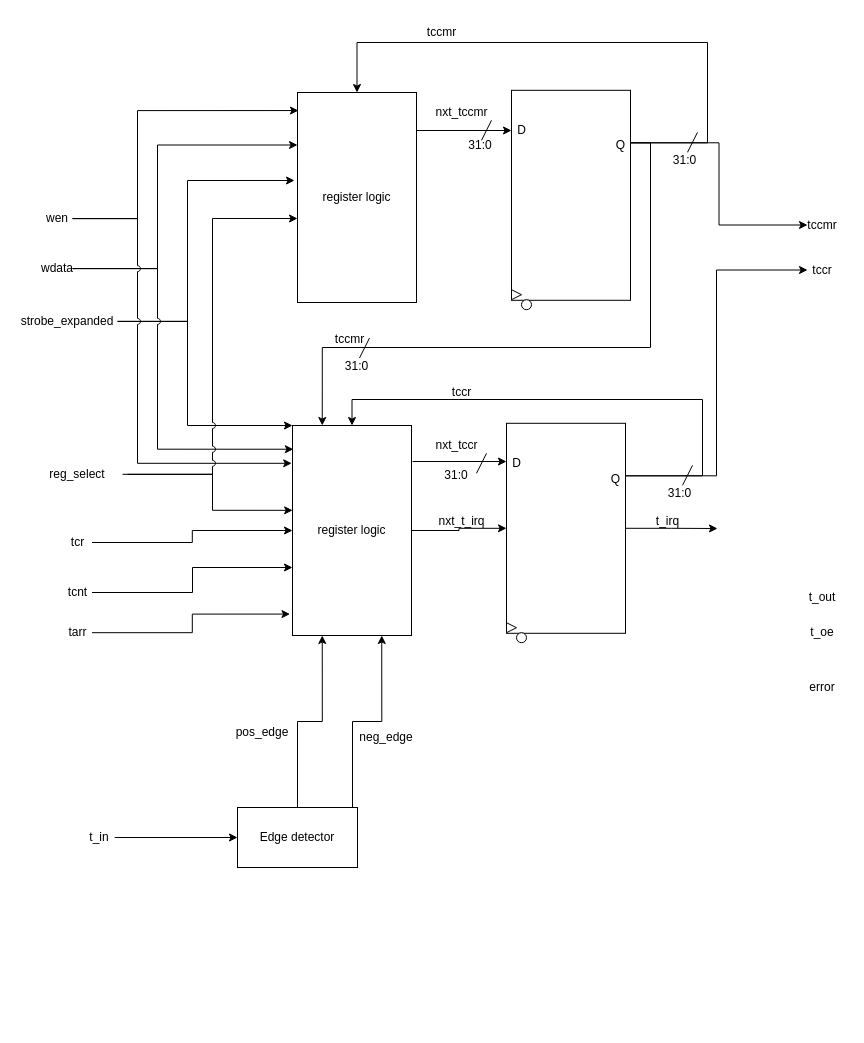
Earlier version of the draw.io diagram page "Capture-Compare Channel" (4 of 4) of Timer/Timer.drawio (leung55/SoCET). Source tidied: cells renumbered, new cells numbered last; positions are measured from the earlier drawing's top-left corner, leaving out a move shared by most shapes. Both pictures are drawn from the tidied source at 100%, with x=0, y=0 at pixel (17, 17).
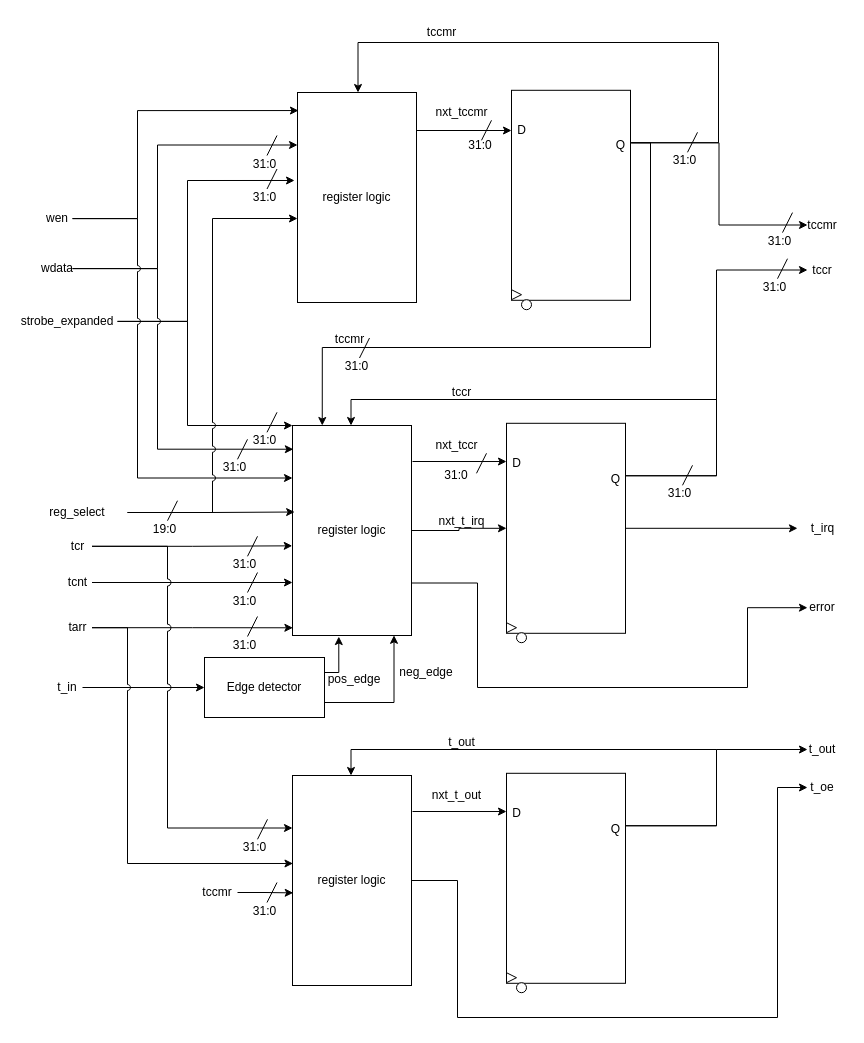
After the change.

Unchanged cells that the change refers to:
```xml
<mxCell id="19" value="wen" style="text;html=1;align=center;verticalAlign=middle;whiteSpace=wrap;rounded=0;" parent="1" vertex="1">
  <mxGeometry x="25" y="186.1" width="30" height="30" as="geometry" />
</mxCell>
<mxCell id="23" value="register logic" style="rounded=0;whiteSpace=wrap;html=1;" parent="1" vertex="1">
  <mxGeometry x="280" y="75" width="119" height="210" as="geometry" />
</mxCell>
<mxCell id="29" style="rounded=0;whiteSpace=wrap;html=1;" parent="1" vertex="1">
  <mxGeometry x="494" y="72.8" width="119" height="210" as="geometry" />
</mxCell>
<mxCell id="40" value="register logic" style="rounded=0;whiteSpace=wrap;html=1;" parent="1" vertex="1">
  <mxGeometry x="275" y="408" width="119" height="210" as="geometry" />
</mxCell>
<mxCell id="47" style="rounded=0;whiteSpace=wrap;html=1;" parent="1" vertex="1">
  <mxGeometry x="489" y="405.8" width="119" height="210" as="geometry" />
</mxCell>
```

What changed in the source:
```diff
@@
-    <mxCell id="4" style="edgeStyle=orthogonalEdgeStyle;rounded=0;jettySize=auto;html=1;exitX=1;exitY=0.5;exitDx=0;exitDy=0;entryX=-0.007;entryY=0.18;entryDx=0;entryDy=0;entryPerimeter=0;jumpStyle=arc;" parent="1" edge="1" source="19" target="40">
+    <mxCell id="4" style="edgeStyle=orthogonalEdgeStyle;rounded=0;jettySize=auto;html=1;exitX=1;exitY=0.5;exitDx=0;exitDy=0;entryX=0;entryY=0.25;entryDx=0;entryDy=0;jumpStyle=arc;" parent="1" edge="1" source="19" target="40">
       <mxGeometry relative="1" as="geometry">
         <Array as="points">
           <mxPoint x="120" y="201" />
-          <mxPoint x="120" y="446" />
+          <mxPoint x="120" y="460" />
+          <mxPoint x="275" y="460" />
         </Array>
       </mxGeometry>
     </mxCell>
     <mxCell id="5" value="tarr" style="text;html=1;strokeColor=none;fillColor=none;align=center;verticalAlign=middle;whiteSpace=wrap;rounded=0;" parent="1" vertex="1">
-      <mxGeometry x="45.5" y="605.2" width="29" height="20" as="geometry" />
+      <mxGeometry x="45.5" y="600.2" width="29" height="20" as="geometry" />
     </mxCell>
-    <mxCell id="6" style="edgeStyle=orthogonalEdgeStyle;rounded=0;jettySize=auto;html=1;exitX=1;exitY=0.5;exitDx=0;exitDy=0;" parent="1" edge="1" source="7" target="40">
+    <mxCell id="6" style="edgeStyle=orthogonalEdgeStyle;rounded=0;jettySize=auto;html=1;exitX=1;exitY=0.5;exitDx=0;exitDy=0;" parent="1" edge="1" source="7">
       <mxGeometry relative="1" as="geometry">
+        <mxPoint x="275" y="565" as="targetPoint" />
         <Array as="points">
-          <mxPoint x="175" y="575" />
-          <mxPoint x="175" y="550" />
+          <mxPoint x="74" y="565" />
         </Array>
       </mxGeometry>
     </mxCell>
     <mxCell id="7" value="tcnt" style="text;html=1;strokeColor=none;fillColor=none;align=center;verticalAlign=middle;whiteSpace=wrap;rounded=0;" parent="1" vertex="1">
-      <mxGeometry x="45.5" y="565" width="29" height="20" as="geometry" />
+      <mxGeometry x="45.5" y="555" width="29" height="20" as="geometry" />
     </mxCell>
-    <mxCell id="8" style="edgeStyle=orthogonalEdgeStyle;rounded=0;jettySize=auto;html=1;exitX=1;exitY=0.5;exitDx=0;exitDy=0;entryX=0;entryY=0.5;entryDx=0;entryDy=0;" parent="1" edge="1" source="9" target="40">
-      <mxGeometry relative="1" as="geometry" />
-    </mxCell>
-    <mxCell id="9" value="tcr" style="text;html=1;strokeColor=none;fillColor=none;align=center;verticalAlign=middle;whiteSpace=wrap;rounded=0;" parent="1" vertex="1">
-      <mxGeometry x="45.5" y="515" width="29" height="20" as="geometry" />
-    </mxCell>
@@
     <mxCell id="11" value="t_in" style="text;html=1;align=center;verticalAlign=middle;whiteSpace=wrap;rounded=0;" parent="1" vertex="1">
-      <mxGeometry x="67.2" y="805" width="30" height="30" as="geometry" />
+      <mxGeometry x="35" y="655" width="30" height="30" as="geometry" />
     </mxCell>
@@
     <mxCell id="13" value="reg_select" style="text;html=1;align=center;verticalAlign=middle;whiteSpace=wrap;rounded=0;" parent="1" vertex="1">
-      <mxGeometry x="10" y="441.8" width="100" height="30" as="geometry" />
+      <mxGeometry x="10" y="480" width="100" height="30" as="geometry" />
     </mxCell>
@@
     <mxCell id="16" value="t_out" style="text;html=1;align=center;verticalAlign=middle;whiteSpace=wrap;rounded=0;" parent="1" vertex="1">
-      <mxGeometry x="790" y="565" width="30" height="30" as="geometry" />
+      <mxGeometry x="790" y="717" width="30" height="30" as="geometry" />
     </mxCell>
     <mxCell id="17" value="error" style="text;html=1;align=center;verticalAlign=middle;whiteSpace=wrap;rounded=0;" parent="1" vertex="1">
-      <mxGeometry x="790" y="655" width="30" height="30" as="geometry" />
+      <mxGeometry x="790" y="575.2" width="30" height="30" as="geometry" />
     </mxCell>
     <mxCell id="18" value="t_oe" style="text;html=1;align=center;verticalAlign=middle;whiteSpace=wrap;rounded=0;" parent="1" vertex="1">
-      <mxGeometry x="790" y="600" width="30" height="30" as="geometry" />
+      <mxGeometry x="790" y="755" width="30" height="30" as="geometry" />
     </mxCell>
@@
-    <mxCell id="26" style="edgeStyle=orthogonalEdgeStyle;rounded=0;jettySize=auto;html=1;exitX=1;exitY=0.25;exitDx=0;exitDy=0;entryX=0.5;entryY=0;entryDx=0;entryDy=0;" parent="1" edge="1" source="29" target="23">
+    <mxCell id="26" style="edgeStyle=orthogonalEdgeStyle;rounded=0;orthogonalLoop=1;jettySize=auto;html=1;exitX=1;exitY=0.25;exitDx=0;exitDy=0;entryX=0.5;entryY=0;entryDx=0;entryDy=0;" parent="1" edge="1">
       <mxGeometry relative="1" as="geometry">
+        <mxPoint x="614" y="125.2" as="sourcePoint" />
+        <mxPoint x="340.5" y="75" as="targetPoint" />
         <Array as="points">
-          <mxPoint x="690" y="125" />
-          <mxPoint x="690" y="25" />
-          <mxPoint x="340" y="25" />
+          <mxPoint x="701" y="125" />
+          <mxPoint x="701" y="25" />
+          <mxPoint x="341" y="25" />
         </Array>
       </mxGeometry>
     </mxCell>
@@
+    <mxCell id="70" style="edgeStyle=orthogonalEdgeStyle;rounded=0;jettySize=auto;html=1;exitX=1;exitY=0.75;exitDx=0;exitDy=0;entryX=0;entryY=0.5;entryDx=0;entryDy=0;" parent="1" edge="1" source="40" target="17">
+      <mxGeometry relative="1" as="geometry">
+        <Array as="points">
+          <mxPoint x="460" y="565" />
+          <mxPoint x="460" y="670" />
+          <mxPoint x="730" y="670" />
+          <mxPoint x="730" y="590" />
+        </Array>
+      </mxGeometry>
+    </mxCell>
@@
-    <mxCell id="44" style="edgeStyle=orthogonalEdgeStyle;rounded=0;jettySize=auto;html=1;exitX=1;exitY=0.25;exitDx=0;exitDy=0;entryX=0.5;entryY=0;entryDx=0;entryDy=0;" parent="1" edge="1" source="47" target="40">
+    <mxCell id="44" style="edgeStyle=orthogonalEdgeStyle;rounded=0;orthogonalLoop=1;jettySize=auto;html=1;exitX=1;exitY=0.25;exitDx=0;exitDy=0;entryX=0.5;entryY=0;entryDx=0;entryDy=0;" parent="1" edge="1">
       <mxGeometry relative="1" as="geometry">
+        <mxPoint x="607" y="458.2" as="sourcePoint" />
+        <mxPoint x="333.5" y="408" as="targetPoint" />
         <Array as="points">
-          <mxPoint x="685" y="458" />
-          <mxPoint x="685" y="382" />
-          <mxPoint x="335" y="382" />
+          <mxPoint x="699" y="458" />
+          <mxPoint x="699" y="382" />
+          <mxPoint x="334" y="382" />
         </Array>
       </mxGeometry>
     </mxCell>
-    <mxCell id="45" style="edgeStyle=orthogonalEdgeStyle;rounded=0;jettySize=auto;html=1;exitX=1;exitY=0.5;exitDx=0;exitDy=0;" parent="1" edge="1" source="47">
-      <mxGeometry relative="1" as="geometry">
-        <mxPoint x="700" y="511" as="targetPoint" />
-      </mxGeometry>
+    <mxCell id="45" style="edgeStyle=orthogonalEdgeStyle;rounded=0;jettySize=auto;html=1;exitX=1;exitY=0.5;exitDx=0;exitDy=0;" parent="1" edge="1" source="47" target="59">
+      <mxGeometry relative="1" as="geometry" />
     </mxCell>
@@
-    <mxCell id="57" style="edgeStyle=orthogonalEdgeStyle;rounded=0;jettySize=auto;html=1;exitX=1;exitY=0.5;exitDx=0;exitDy=0;entryX=0.001;entryY=0.404;entryDx=0;entryDy=0;entryPerimeter=0;" parent="1" edge="1" target="40">
-      <mxGeometry relative="1" as="geometry">
-        <mxPoint x="105" y="456.8" as="sourcePoint" />
-        <Array as="points">
-          <mxPoint x="195" y="457" />
-          <mxPoint x="195" y="493" />
-        </Array>
-      </mxGeometry>
-    </mxCell>
@@
     <mxCell id="59" value="t_irq" style="text;html=1;align=center;verticalAlign=middle;points=[];strokeColor=none;fillColor=none;" parent="1" vertex="1">
-      <mxGeometry x="625" y="488.8" width="50" height="30" as="geometry" />
+      <mxGeometry x="780" y="495.8" width="50" height="30" as="geometry" />
     </mxCell>
-    <mxCell id="60" style="edgeStyle=orthogonalEdgeStyle;rounded=0;jettySize=auto;html=1;exitX=0.5;exitY=0;exitDx=0;exitDy=0;entryX=0.25;entryY=1;entryDx=0;entryDy=0;" parent="1" edge="1" source="62" target="40">
-      <mxGeometry relative="1" as="geometry" />
-    </mxCell>
-    <mxCell id="61" style="edgeStyle=orthogonalEdgeStyle;rounded=0;jettySize=auto;html=1;exitX=0.75;exitY=0;exitDx=0;exitDy=0;entryX=0.75;entryY=1;entryDx=0;entryDy=0;" parent="1" edge="1" source="62" target="40">
-      <mxGeometry relative="1" as="geometry">
-        <Array as="points">
-          <mxPoint x="335" y="790" />
-          <mxPoint x="335" y="704" />
-          <mxPoint x="364" y="704" />
-        </Array>
-      </mxGeometry>
-    </mxCell>
     <mxCell id="62" value="Edge detector" style="rounded=0;whiteSpace=wrap;html=1;" parent="1" vertex="1">
-      <mxGeometry x="220" y="790" width="120" height="60" as="geometry" />
+      <mxGeometry x="187" y="640" width="120" height="60" as="geometry" />
     </mxCell>
     <mxCell id="63" value="pos_edge" style="text;html=1;align=center;verticalAlign=middle;whiteSpace=wrap;rounded=0;" parent="1" vertex="1">
-      <mxGeometry x="220" y="700" width="50" height="30" as="geometry" />
+      <mxGeometry x="311.5" y="647" width="50" height="30" as="geometry" />
     </mxCell>
     <mxCell id="64" value="neg_edge" style="text;html=1;align=center;verticalAlign=middle;whiteSpace=wrap;rounded=0;" parent="1" vertex="1">
-      <mxGeometry x="344" y="705" width="50" height="30" as="geometry" />
+      <mxGeometry x="384" y="640" width="50" height="30" as="geometry" />
     </mxCell>
@@
-    <mxCell id="69" style="edgeStyle=orthogonalEdgeStyle;rounded=0;jettySize=auto;html=1;exitX=1;exitY=0.5;exitDx=0;exitDy=0;entryX=-0.021;entryY=0.898;entryDx=0;entryDy=0;entryPerimeter=0;" parent="1" edge="1" source="5" target="40">
-      <mxGeometry relative="1" as="geometry" />
+    <mxCell id="69" style="edgeStyle=orthogonalEdgeStyle;rounded=0;jettySize=auto;html=1;exitX=1;exitY=0.5;exitDx=0;exitDy=0;entryX=0.003;entryY=0.892;entryDx=0;entryDy=0;entryPerimeter=0;" parent="1" edge="1" source="5">
+      <mxGeometry relative="1" as="geometry">
+        <mxPoint x="275.4" y="610.3" as="targetPoint" />
+      </mxGeometry>
     </mxCell>
+    <mxCell id="71" style="edgeStyle=orthogonalEdgeStyle;rounded=0;jettySize=auto;html=1;exitX=1;exitY=0.25;exitDx=0;exitDy=0;entryX=0.389;entryY=1.005;entryDx=0;entryDy=0;entryPerimeter=0;" parent="1" edge="1" source="62" target="40">
+      <mxGeometry relative="1" as="geometry" />
+    </mxCell>
+    <mxCell id="72" style="edgeStyle=orthogonalEdgeStyle;rounded=0;jettySize=auto;html=1;exitX=1;exitY=0.75;exitDx=0;exitDy=0;entryX=0.853;entryY=0.999;entryDx=0;entryDy=0;entryPerimeter=0;" parent="1" edge="1" source="62" target="40">
+      <mxGeometry relative="1" as="geometry" />
+    </mxCell>
+    <mxCell id="73" style="edgeStyle=orthogonalEdgeStyle;rounded=0;jettySize=auto;html=1;exitX=1;exitY=0.5;exitDx=0;exitDy=0;entryX=0;entryY=0.5;entryDx=0;entryDy=0;" parent="1" edge="1" source="74" target="18">
+      <mxGeometry relative="1" as="geometry">
+        <Array as="points">
+          <mxPoint x="440" y="863" />
+          <mxPoint x="440" y="1000" />
+          <mxPoint x="760" y="1000" />
+          <mxPoint x="760" y="770" />
+        </Array>
+      </mxGeometry>
+    </mxCell>
+    <mxCell id="74" value="register logic" style="rounded=0;whiteSpace=wrap;html=1;" parent="1" vertex="1">
+      <mxGeometry x="275" y="758" width="119" height="210" as="geometry" />
+    </mxCell>
+    <mxCell id="75" style="endArrow=classic;html=1;entryX=0;entryY=0.182;entryDx=0;entryDy=0;entryPerimeter=0;" parent="1" edge="1" target="78">
+      <mxGeometry relative="1" as="geometry">
+        <mxPoint x="395" y="794" as="sourcePoint" />
+      </mxGeometry>
+    </mxCell>
+    <mxCell id="76" style="edgeStyle=orthogonalEdgeStyle;rounded=0;orthogonalLoop=1;jettySize=auto;html=1;exitX=1;exitY=0.25;exitDx=0;exitDy=0;entryX=0.5;entryY=0;entryDx=0;entryDy=0;" parent="1" edge="1">
+      <mxGeometry relative="1" as="geometry">
+        <mxPoint x="607" y="808.2" as="sourcePoint" />
+        <mxPoint x="333.5" y="758" as="targetPoint" />
+        <Array as="points">
+          <mxPoint x="699" y="808" />
+          <mxPoint x="699" y="732" />
+          <mxPoint x="334" y="732" />
+        </Array>
+      </mxGeometry>
+    </mxCell>
+    <mxCell id="77" style="edgeStyle=orthogonalEdgeStyle;rounded=0;jettySize=auto;html=1;exitX=1;exitY=0.25;exitDx=0;exitDy=0;entryX=0;entryY=0.5;entryDx=0;entryDy=0;" parent="1" edge="1" source="78" target="16">
+      <mxGeometry relative="1" as="geometry" />
+    </mxCell>
+    <mxCell id="78" style="rounded=0;whiteSpace=wrap;html=1;" parent="1" vertex="1">
+      <mxGeometry x="489" y="755.8" width="119" height="210" as="geometry" />
+    </mxCell>
+    <mxCell id="79" style="triangle;whiteSpace=wrap;html=1;" parent="1" vertex="1">
+      <mxGeometry x="489" y="955.2" width="10" height="10" as="geometry" />
+    </mxCell>
+    <mxCell id="80" style="ellipse;whiteSpace=wrap;html=1;" parent="1" vertex="1">
+      <mxGeometry x="499" y="965.2" width="10" height="10" as="geometry" />
+    </mxCell>
+    <mxCell id="81" value="nxt_t_out" style="text;html=1;align=center;verticalAlign=middle;strokeColor=none;fillColor=none;" parent="1" vertex="1">
+      <mxGeometry x="404" y="763" width="70" height="30" as="geometry" />
+    </mxCell>
+    <mxCell id="82" value="D" style="text;html=1;align=center;verticalAlign=middle;strokeColor=none;fillColor=none;" parent="1" vertex="1">
+      <mxGeometry x="489" y="785.8" width="20" height="20" as="geometry" />
+    </mxCell>
+    <mxCell id="83" value="Q" style="text;html=1;align=center;verticalAlign=middle;strokeColor=none;fillColor=none;" parent="1" vertex="1">
+      <mxGeometry x="588" y="801.8" width="20" height="20" as="geometry" />
+    </mxCell>
+    <mxCell id="84" value="t_out" style="text;html=1;align=center;verticalAlign=middle;strokeColor=none;fillColor=none;" parent="1" vertex="1">
+      <mxGeometry x="419" y="710" width="50" height="30" as="geometry" />
+    </mxCell>
+    <mxCell id="85" style="edgeStyle=orthogonalEdgeStyle;rounded=0;jettySize=auto;html=1;exitX=1;exitY=0.5;exitDx=0;exitDy=0;entryX=0.018;entryY=0.412;entryDx=0;entryDy=0;entryPerimeter=0;" parent="1" edge="1" source="13" target="40">
+      <mxGeometry relative="1" as="geometry" />
+    </mxCell>
+    <mxCell id="86" style="edgeStyle=orthogonalEdgeStyle;rounded=0;jettySize=auto;html=1;exitX=1;exitY=0.5;exitDx=0;exitDy=0;entryX=0;entryY=0.25;entryDx=0;entryDy=0;jumpStyle=arc;jumpSize=7;" parent="1" edge="1" source="9" target="74">
+      <mxGeometry relative="1" as="geometry">
+        <Array as="points">
+          <mxPoint x="150" y="529" />
+          <mxPoint x="150" y="811" />
+        </Array>
+      </mxGeometry>
+    </mxCell>
+    <mxCell id="9" value="tcr" style="text;html=1;strokeColor=none;fillColor=none;align=center;verticalAlign=middle;whiteSpace=wrap;rounded=0;" parent="1" vertex="1">
+      <mxGeometry x="45.5" y="518.8" width="29" height="20" as="geometry" />
+    </mxCell>
+    <mxCell id="8" style="edgeStyle=orthogonalEdgeStyle;rounded=0;jettySize=auto;html=1;exitX=1;exitY=0.5;exitDx=0;exitDy=0;entryX=-0.002;entryY=0.573;entryDx=0;entryDy=0;entryPerimeter=0;" parent="1" edge="1" source="9" target="40">
+      <mxGeometry relative="1" as="geometry" />
+    </mxCell>
+    <mxCell id="87" style="endArrow=none;html=1;" parent="1" edge="1">
+      <mxGeometry relative="1" as="geometry">
+        <mxPoint x="249.5" y="885" as="sourcePoint" />
+        <mxPoint x="259.5" y="865" as="targetPoint" />
+      </mxGeometry>
+    </mxCell>
+    <mxCell id="88" value="&lt;div&gt;31:0&lt;/div&gt;" style="text;html=1;strokeColor=none;fillColor=none;align=center;verticalAlign=middle;whiteSpace=wrap;rounded=0;" parent="1" vertex="1">
+      <mxGeometry x="229.5" y="881" width="35" height="25" as="geometry" />
+    </mxCell>
+    <mxCell id="89" value="tccmr" style="text;html=1;align=center;verticalAlign=middle;whiteSpace=wrap;rounded=0;" parent="1" vertex="1">
+      <mxGeometry x="180" y="860" width="40" height="30" as="geometry" />
+    </mxCell>
+    <mxCell id="90" style="edgeStyle=orthogonalEdgeStyle;rounded=0;jettySize=auto;html=1;exitX=1;exitY=0.5;exitDx=0;exitDy=0;entryX=0.006;entryY=0.559;entryDx=0;entryDy=0;entryPerimeter=0;" parent="1" edge="1" source="89" target="74">
+      <mxGeometry relative="1" as="geometry" />
+    </mxCell>
+    <mxCell id="91" style="edgeStyle=orthogonalEdgeStyle;rounded=0;jettySize=auto;html=1;exitX=1;exitY=0.5;exitDx=0;exitDy=0;entryX=0.004;entryY=0.419;entryDx=0;entryDy=0;entryPerimeter=0;jumpStyle=arc;" parent="1" edge="1" source="5" target="74">
+      <mxGeometry relative="1" as="geometry">
+        <Array as="points">
+          <mxPoint x="110" y="610" />
+          <mxPoint x="110" y="846" />
+        </Array>
+      </mxGeometry>
+    </mxCell>
+    <mxCell id="92" style="endArrow=none;html=1;" parent="1" edge="1">
+      <mxGeometry relative="1" as="geometry">
+        <mxPoint x="150" y="503.2" as="sourcePoint" />
+        <mxPoint x="160" y="483.2" as="targetPoint" />
+      </mxGeometry>
+    </mxCell>
+    <mxCell id="93" value="&lt;div&gt;19:0&lt;/div&gt;" style="text;html=1;strokeColor=none;fillColor=none;align=center;verticalAlign=middle;whiteSpace=wrap;rounded=0;" parent="1" vertex="1">
+      <mxGeometry x="130" y="499.2" width="35" height="25" as="geometry" />
+    </mxCell>
+    <mxCell id="94" style="endArrow=none;html=1;" parent="1" edge="1">
+      <mxGeometry relative="1" as="geometry">
+        <mxPoint x="230" y="619" as="sourcePoint" />
+        <mxPoint x="240" y="599" as="targetPoint" />
+      </mxGeometry>
+    </mxCell>
+    <mxCell id="95" value="&lt;div&gt;31:0&lt;/div&gt;" style="text;html=1;strokeColor=none;fillColor=none;align=center;verticalAlign=middle;whiteSpace=wrap;rounded=0;" parent="1" vertex="1">
+      <mxGeometry x="210" y="615" width="35" height="25" as="geometry" />
+    </mxCell>
+    <mxCell id="96" style="endArrow=none;html=1;" parent="1" edge="1">
+      <mxGeometry relative="1" as="geometry">
+        <mxPoint x="230" y="575" as="sourcePoint" />
+        <mxPoint x="240" y="555" as="targetPoint" />
+      </mxGeometry>
+    </mxCell>
+    <mxCell id="97" value="&lt;div&gt;31:0&lt;/div&gt;" style="text;html=1;strokeColor=none;fillColor=none;align=center;verticalAlign=middle;whiteSpace=wrap;rounded=0;" parent="1" vertex="1">
+      <mxGeometry x="210" y="571" width="35" height="25" as="geometry" />
+    </mxCell>
+    <mxCell id="98" style="endArrow=none;html=1;" parent="1" edge="1">
+      <mxGeometry relative="1" as="geometry">
+        <mxPoint x="240" y="821.8" as="sourcePoint" />
+        <mxPoint x="250" y="801.8" as="targetPoint" />
+      </mxGeometry>
+    </mxCell>
+    <mxCell id="99" value="&lt;div&gt;31:0&lt;/div&gt;" style="text;html=1;strokeColor=none;fillColor=none;align=center;verticalAlign=middle;whiteSpace=wrap;rounded=0;" parent="1" vertex="1">
+      <mxGeometry x="220" y="817.8" width="35" height="25" as="geometry" />
+    </mxCell>
+    <mxCell id="100" style="endArrow=none;html=1;" parent="1" edge="1">
+      <mxGeometry relative="1" as="geometry">
+        <mxPoint x="230" y="538.8" as="sourcePoint" />
+        <mxPoint x="240" y="518.8" as="targetPoint" />
+      </mxGeometry>
+    </mxCell>
+    <mxCell id="101" value="&lt;div&gt;31:0&lt;/div&gt;" style="text;html=1;strokeColor=none;fillColor=none;align=center;verticalAlign=middle;whiteSpace=wrap;rounded=0;" parent="1" vertex="1">
+      <mxGeometry x="210" y="534.8" width="35" height="25" as="geometry" />
+    </mxCell>
+    <mxCell id="102" style="endArrow=none;html=1;" parent="1" edge="1">
+      <mxGeometry relative="1" as="geometry">
+        <mxPoint x="249.5" y="171.5" as="sourcePoint" />
+        <mxPoint x="259.5" y="151.5" as="targetPoint" />
+      </mxGeometry>
+    </mxCell>
+    <mxCell id="103" value="&lt;div&gt;31:0&lt;/div&gt;" style="text;html=1;strokeColor=none;fillColor=none;align=center;verticalAlign=middle;whiteSpace=wrap;rounded=0;" parent="1" vertex="1">
+      <mxGeometry x="229.5" y="167.5" width="35" height="25" as="geometry" />
+    </mxCell>
+    <mxCell id="104" style="endArrow=none;html=1;" parent="1" edge="1">
+      <mxGeometry relative="1" as="geometry">
+        <mxPoint x="249.5" y="414.8" as="sourcePoint" />
+        <mxPoint x="259.5" y="394.8" as="targetPoint" />
+      </mxGeometry>
+    </mxCell>
+    <mxCell id="105" value="&lt;div&gt;31:0&lt;/div&gt;" style="text;html=1;strokeColor=none;fillColor=none;align=center;verticalAlign=middle;whiteSpace=wrap;rounded=0;" parent="1" vertex="1">
+      <mxGeometry x="229.5" y="410.8" width="35" height="25" as="geometry" />
+    </mxCell>
+    <mxCell id="106" style="endArrow=none;html=1;" parent="1" edge="1">
+      <mxGeometry relative="1" as="geometry">
+        <mxPoint x="249.5" y="138" as="sourcePoint" />
+        <mxPoint x="259.5" y="118" as="targetPoint" />
+      </mxGeometry>
+    </mxCell>
+    <mxCell id="107" value="&lt;div&gt;31:0&lt;/div&gt;" style="text;html=1;strokeColor=none;fillColor=none;align=center;verticalAlign=middle;whiteSpace=wrap;rounded=0;" parent="1" vertex="1">
+      <mxGeometry x="229.5" y="134" width="35" height="25" as="geometry" />
+    </mxCell>
+    <mxCell id="108" style="endArrow=none;html=1;" parent="1" edge="1">
+      <mxGeometry relative="1" as="geometry">
+        <mxPoint x="220" y="441.8" as="sourcePoint" />
+        <mxPoint x="230" y="421.8" as="targetPoint" />
+      </mxGeometry>
+    </mxCell>
+    <mxCell id="109" value="&lt;div&gt;31:0&lt;/div&gt;" style="text;html=1;strokeColor=none;fillColor=none;align=center;verticalAlign=middle;whiteSpace=wrap;rounded=0;" parent="1" vertex="1">
+      <mxGeometry x="200" y="437.8" width="35" height="25" as="geometry" />
+    </mxCell>
+    <mxCell id="110" style="endArrow=none;html=1;" parent="1" edge="1">
+      <mxGeometry relative="1" as="geometry">
+        <mxPoint x="760" y="261.2" as="sourcePoint" />
+        <mxPoint x="770" y="241.2" as="targetPoint" />
+      </mxGeometry>
+    </mxCell>
+    <mxCell id="111" value="&lt;div&gt;31:0&lt;/div&gt;" style="text;html=1;strokeColor=none;fillColor=none;align=center;verticalAlign=middle;whiteSpace=wrap;rounded=0;" parent="1" vertex="1">
+      <mxGeometry x="740" y="257.2" width="35" height="25" as="geometry" />
+    </mxCell>
+    <mxCell id="112" style="endArrow=none;html=1;" parent="1" edge="1">
+      <mxGeometry relative="1" as="geometry">
+        <mxPoint x="765" y="215.1" as="sourcePoint" />
+        <mxPoint x="775" y="195.1" as="targetPoint" />
+      </mxGeometry>
+    </mxCell>
+    <mxCell id="113" value="&lt;div&gt;31:0&lt;/div&gt;" style="text;html=1;strokeColor=none;fillColor=none;align=center;verticalAlign=middle;whiteSpace=wrap;rounded=0;" parent="1" vertex="1">
+      <mxGeometry x="745" y="211.1" width="35" height="25" as="geometry" />
+    </mxCell>
```
